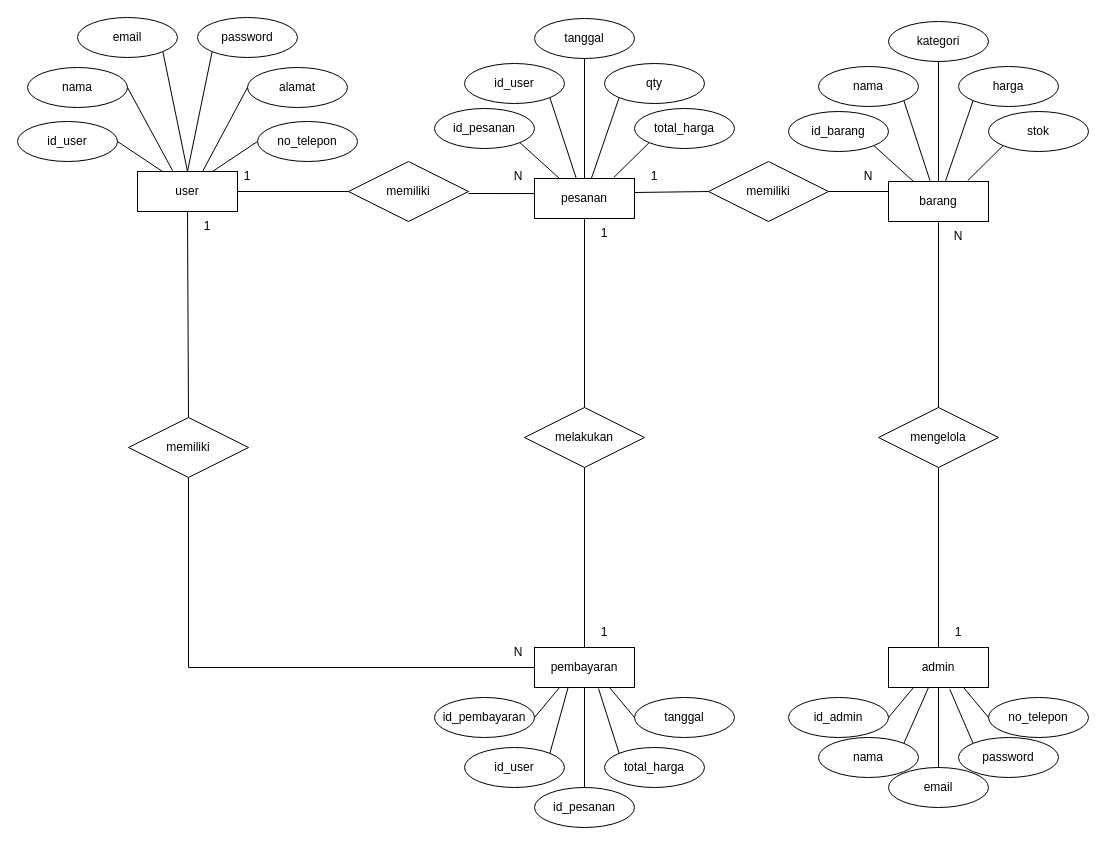
The draw.io diagram ERD-Ecommerce-Elektronik.drawio in zerocode0806/Flowchart-E-Comerce-Elektronik, before the edit. Source tidied: cells renumbered, new cells numbered last; positions are measured from the earlier drawing's top-left corner, leaving out a move shared by most shapes. Both pictures are drawn from the tidied source at 100%, with x=0, y=0 at pixel (17, 17).
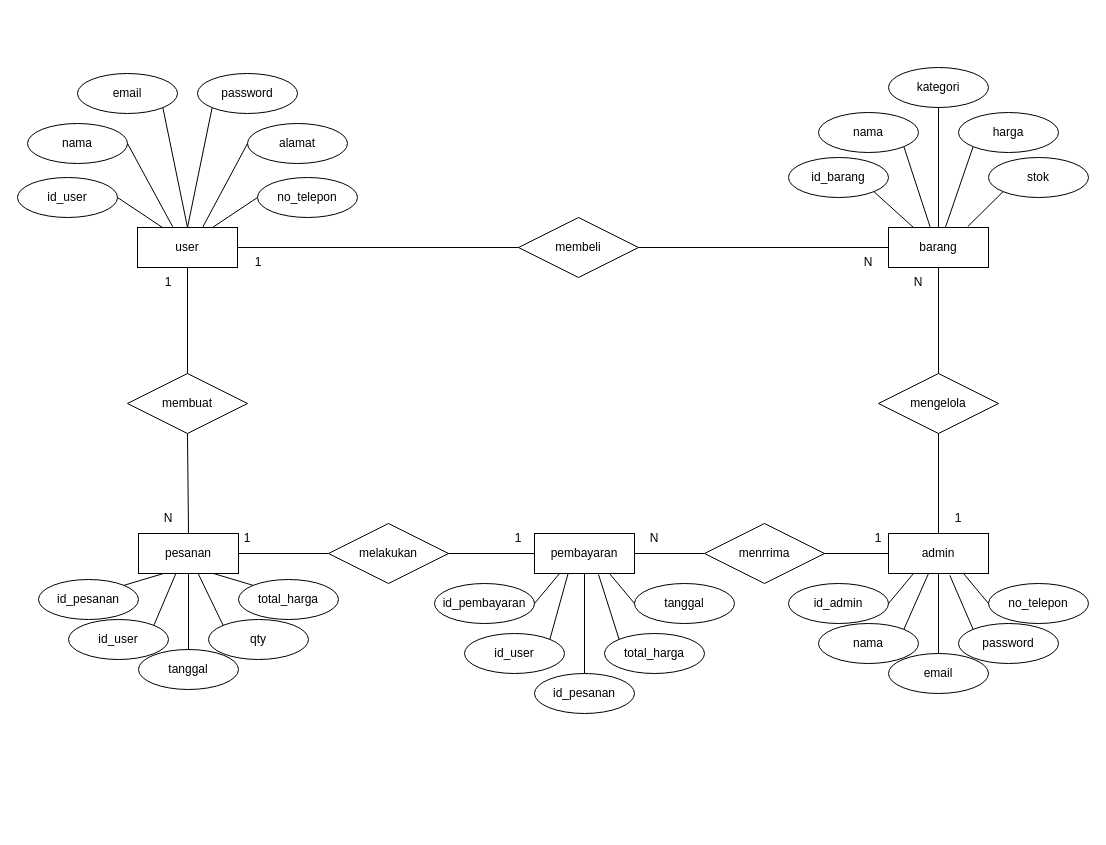
After the change.

Diff of the diagram source:
```diff
@@
     <mxCell id="2" value="user" style="whiteSpace=wrap;html=1;align=center;" parent="1" vertex="1">
-      <mxGeometry x="120" y="154" width="100" height="40" as="geometry" />
+      <mxGeometry x="120" y="210" width="100" height="40" as="geometry" />
     </mxCell>
     <mxCell id="3" value="id_user" style="ellipse;whiteSpace=wrap;html=1;align=center;" parent="1" vertex="1">
-      <mxGeometry y="104" width="100" height="40" as="geometry" />
+      <mxGeometry y="160" width="100" height="40" as="geometry" />
     </mxCell>
     <mxCell id="4" value="nama" style="ellipse;whiteSpace=wrap;html=1;align=center;" parent="1" vertex="1">
-      <mxGeometry x="10" y="50" width="100" height="40" as="geometry" />
+      <mxGeometry x="10" y="106" width="100" height="40" as="geometry" />
     </mxCell>
     <mxCell id="5" value="no_telepon" style="ellipse;whiteSpace=wrap;html=1;align=center;" parent="1" vertex="1">
-      <mxGeometry x="240" y="104" width="100" height="40" as="geometry" />
+      <mxGeometry x="240" y="160" width="100" height="40" as="geometry" />
     </mxCell>
     <mxCell id="6" value="email" style="ellipse;whiteSpace=wrap;html=1;align=center;" parent="1" vertex="1">
-      <mxGeometry x="60" width="100" height="40" as="geometry" />
+      <mxGeometry x="60" y="56" width="100" height="40" as="geometry" />
     </mxCell>
     <mxCell id="7" value="alamat" style="ellipse;whiteSpace=wrap;html=1;align=center;" parent="1" vertex="1">
-      <mxGeometry x="230" y="50" width="100" height="40" as="geometry" />
+      <mxGeometry x="230" y="106" width="100" height="40" as="geometry" />
     </mxCell>
     <mxCell id="8" value="pembayaran" style="whiteSpace=wrap;html=1;align=center;" parent="1" vertex="1">
-      <mxGeometry x="517" y="630" width="100" height="40" as="geometry" />
+      <mxGeometry x="517" y="516" width="100" height="40" as="geometry" />
     </mxCell>
     <mxCell id="9" value="id_pembayaran" style="ellipse;whiteSpace=wrap;html=1;align=center;" parent="1" vertex="1">
-      <mxGeometry x="417" y="680" width="100" height="40" as="geometry" />
+      <mxGeometry x="417" y="566" width="100" height="40" as="geometry" />
     </mxCell>
     <mxCell id="10" value="id_user" style="ellipse;whiteSpace=wrap;html=1;align=center;" parent="1" vertex="1">
-      <mxGeometry x="447" y="730" width="100" height="40" as="geometry" />
+      <mxGeometry x="447" y="616" width="100" height="40" as="geometry" />
     </mxCell>
     <mxCell id="11" value="tanggal" style="ellipse;whiteSpace=wrap;html=1;align=center;" parent="1" vertex="1">
-      <mxGeometry x="617" y="680" width="100" height="40" as="geometry" />
+      <mxGeometry x="617" y="566" width="100" height="40" as="geometry" />
     </mxCell>
     <mxCell id="12" value="id_pesanan" style="ellipse;whiteSpace=wrap;html=1;align=center;" parent="1" vertex="1">
-      <mxGeometry x="517" y="770" width="100" height="40" as="geometry" />
+      <mxGeometry x="517" y="656" width="100" height="40" as="geometry" />
     </mxCell>
     <mxCell id="13" value="total_harga" style="ellipse;whiteSpace=wrap;html=1;align=center;" parent="1" vertex="1">
-      <mxGeometry x="587" y="730" width="100" height="40" as="geometry" />
+      <mxGeometry x="587" y="616" width="100" height="40" as="geometry" />
     </mxCell>
     <mxCell id="14" value="pesanan" style="whiteSpace=wrap;html=1;align=center;" parent="1" vertex="1">
-      <mxGeometry x="517" y="161" width="100" height="40" as="geometry" />
+      <mxGeometry x="121" y="516" width="100" height="40" as="geometry" />
     </mxCell>
     <mxCell id="15" value="id_pesanan" style="ellipse;whiteSpace=wrap;html=1;align=center;" parent="1" vertex="1">
-      <mxGeometry x="417" y="91" width="100" height="40" as="geometry" />
+      <mxGeometry x="21" y="562" width="100" height="40" as="geometry" />
     </mxCell>
     <mxCell id="16" value="id_user" style="ellipse;whiteSpace=wrap;html=1;align=center;" parent="1" vertex="1">
-      <mxGeometry x="447" y="46" width="100" height="40" as="geometry" />
+      <mxGeometry x="51" y="602" width="100" height="40" as="geometry" />
     </mxCell>
     <mxCell id="17" value="total_harga" style="ellipse;whiteSpace=wrap;html=1;align=center;" parent="1" vertex="1">
-      <mxGeometry x="617" y="91" width="100" height="40" as="geometry" />
+      <mxGeometry x="221" y="562" width="100" height="40" as="geometry" />
     </mxCell>
     <mxCell id="18" value="tanggal" style="ellipse;whiteSpace=wrap;html=1;align=center;" parent="1" vertex="1">
-      <mxGeometry x="517" y="1" width="100" height="40" as="geometry" />
+      <mxGeometry x="121" y="632" width="100" height="40" as="geometry" />
     </mxCell>
     <mxCell id="19" value="qty" style="ellipse;whiteSpace=wrap;html=1;align=center;" parent="1" vertex="1">
-      <mxGeometry x="587" y="46" width="100" height="40" as="geometry" />
+      <mxGeometry x="191" y="602" width="100" height="40" as="geometry" />
     </mxCell>
-    <mxCell id="20" style="endArrow=none;html=1;rounded=0;exitX=0.5;exitY=1;exitDx=0;exitDy=0;entryX=0.5;entryY=0;entryDx=0;entryDy=0;" parent="1" edge="1" source="18" target="14">
+    <mxCell id="20" style="endArrow=none;html=1;rounded=0;exitX=0.5;exitY=0;exitDx=0;exitDy=0;entryX=0.5;entryY=1;entryDx=0;entryDy=0;" parent="1" edge="1" source="18" target="14">
       <mxGeometry relative="1" as="geometry" />
     </mxCell>
-    <mxCell id="21" style="endArrow=none;html=1;rounded=0;exitX=0;exitY=1;exitDx=0;exitDy=0;" parent="1" edge="1" source="19" target="14">
+    <mxCell id="21" style="endArrow=none;html=1;rounded=0;exitX=0;exitY=0;exitDx=0;exitDy=0;" parent="1" edge="1" source="19" target="14">
       <mxGeometry relative="1" as="geometry" />
     </mxCell>
-    <mxCell id="22" style="endArrow=none;html=1;rounded=0;exitX=1;exitY=1;exitDx=0;exitDy=0;entryX=0.416;entryY=-0.015;entryDx=0;entryDy=0;entryPerimeter=0;" parent="1" edge="1" source="16" target="14">
+    <mxCell id="22" style="endArrow=none;html=1;rounded=0;exitX=1;exitY=0;exitDx=0;exitDy=0;entryX=0.375;entryY=0.992;entryDx=0;entryDy=0;entryPerimeter=0;" parent="1" edge="1" source="16" target="14">
       <mxGeometry relative="1" as="geometry" />
     </mxCell>
-    <mxCell id="23" style="endArrow=none;html=1;rounded=0;exitX=0;exitY=1;exitDx=0;exitDy=0;entryX=0.793;entryY=-0.025;entryDx=0;entryDy=0;entryPerimeter=0;" parent="1" edge="1" source="17" target="14">
+    <mxCell id="23" style="endArrow=none;html=1;rounded=0;exitX=0;exitY=0;exitDx=0;exitDy=0;entryX=0.75;entryY=1;entryDx=0;entryDy=0;" parent="1" edge="1" source="17" target="14">
       <mxGeometry relative="1" as="geometry" />
     </mxCell>
-    <mxCell id="24" style="endArrow=none;html=1;rounded=0;exitX=1;exitY=1;exitDx=0;exitDy=0;entryX=0.25;entryY=0;entryDx=0;entryDy=0;" parent="1" edge="1" source="15" target="14">
+    <mxCell id="24" style="endArrow=none;html=1;rounded=0;exitX=1;exitY=0;exitDx=0;exitDy=0;entryX=0.25;entryY=1;entryDx=0;entryDy=0;" parent="1" edge="1" source="15" target="14">
       <mxGeometry relative="1" as="geometry" />
     </mxCell>
     <mxCell id="25" value="password" style="ellipse;whiteSpace=wrap;html=1;align=center;" parent="1" vertex="1">
-      <mxGeometry x="180" width="100" height="40" as="geometry" />
+      <mxGeometry x="180" y="56" width="100" height="40" as="geometry" />
     </mxCell>
@@
-    <mxCell id="32" value="memiliki" style="shape=rhombus;perimeter=rhombusPerimeter;whiteSpace=wrap;html=1;align=center;" parent="1" vertex="1">
-      <mxGeometry x="331" y="144" width="120" height="60" as="geometry" />
+    <mxCell id="32" value="membeli" style="shape=rhombus;perimeter=rhombusPerimeter;whiteSpace=wrap;html=1;align=center;" parent="1" vertex="1">
+      <mxGeometry x="501" y="200" width="120" height="60" as="geometry" />
     </mxCell>
-    <mxCell id="33" style="endArrow=none;html=1;rounded=0;exitX=1;exitY=0.5;exitDx=0;exitDy=0;entryX=0;entryY=0.5;entryDx=0;entryDy=0;" parent="1" edge="1" source="2" target="32">
-      <mxGeometry relative="1" as="geometry" />
-    </mxCell>
-    <mxCell id="34" style="endArrow=none;html=1;rounded=0;entryX=0.002;entryY=0.377;entryDx=0;entryDy=0;entryPerimeter=0;" parent="1" edge="1" target="14">
-      <mxGeometry relative="1" as="geometry">
-        <mxPoint x="451" y="176" as="sourcePoint" />
-      </mxGeometry>
-    </mxCell>
@@
     <mxCell id="40" value="melakukan" style="shape=rhombus;perimeter=rhombusPerimeter;whiteSpace=wrap;html=1;align=center;" parent="1" vertex="1">
-      <mxGeometry x="507" y="390" width="120" height="60" as="geometry" />
+      <mxGeometry x="311" y="506" width="120" height="60" as="geometry" />
     </mxCell>
-    <mxCell id="41" style="endArrow=none;html=1;rounded=0;exitX=0.5;exitY=1;exitDx=0;exitDy=0;entryX=0.5;entryY=0;entryDx=0;entryDy=0;" parent="1" edge="1" source="14" target="40">
-      <mxGeometry relative="1" as="geometry" />
-    </mxCell>
-    <mxCell id="42" style="endArrow=none;html=1;rounded=0;exitX=0.5;exitY=1;exitDx=0;exitDy=0;entryX=0.5;entryY=0;entryDx=0;entryDy=0;" parent="1" edge="1" source="40" target="8">
-      <mxGeometry relative="1" as="geometry" />
-    </mxCell>
     <mxCell id="43" value="barang" style="whiteSpace=wrap;html=1;align=center;" parent="1" vertex="1">
-      <mxGeometry x="871" y="164" width="100" height="40" as="geometry" />
+      <mxGeometry x="871" y="210" width="100" height="40" as="geometry" />
     </mxCell>
     <mxCell id="44" value="id_barang" style="ellipse;whiteSpace=wrap;html=1;align=center;" parent="1" vertex="1">
-      <mxGeometry x="771" y="94" width="100" height="40" as="geometry" />
+      <mxGeometry x="771" y="140" width="100" height="40" as="geometry" />
     </mxCell>
     <mxCell id="45" value="nama" style="ellipse;whiteSpace=wrap;html=1;align=center;" parent="1" vertex="1">
-      <mxGeometry x="801" y="49" width="100" height="40" as="geometry" />
+      <mxGeometry x="801" y="95" width="100" height="40" as="geometry" />
     </mxCell>
     <mxCell id="46" value="stok" style="ellipse;whiteSpace=wrap;html=1;align=center;" parent="1" vertex="1">
-      <mxGeometry x="971" y="94" width="100" height="40" as="geometry" />
+      <mxGeometry x="971" y="140" width="100" height="40" as="geometry" />
     </mxCell>
     <mxCell id="47" value="kategori" style="ellipse;whiteSpace=wrap;html=1;align=center;" parent="1" vertex="1">
-      <mxGeometry x="871" y="4" width="100" height="40" as="geometry" />
+      <mxGeometry x="871" y="50" width="100" height="40" as="geometry" />
     </mxCell>
     <mxCell id="48" value="harga" style="ellipse;whiteSpace=wrap;html=1;align=center;" parent="1" vertex="1">
-      <mxGeometry x="941" y="49" width="100" height="40" as="geometry" />
+      <mxGeometry x="941" y="95" width="100" height="40" as="geometry" />
     </mxCell>
@@
-    <mxCell id="54" value="memiliki" style="shape=rhombus;perimeter=rhombusPerimeter;whiteSpace=wrap;html=1;align=center;" parent="1" vertex="1">
-      <mxGeometry x="691" y="144" width="120" height="60" as="geometry" />
-    </mxCell>
-    <mxCell id="55" style="endArrow=none;html=1;rounded=0;entryX=0;entryY=0.5;entryDx=0;entryDy=0;exitX=1;exitY=0.35;exitDx=0;exitDy=0;exitPerimeter=0;" parent="1" edge="1" source="14" target="54">
-      <mxGeometry relative="1" as="geometry" />
-    </mxCell>
-    <mxCell id="56" style="endArrow=none;html=1;rounded=0;entryX=0;entryY=0.25;entryDx=0;entryDy=0;exitX=1;exitY=0.5;exitDx=0;exitDy=0;" parent="1" edge="1" source="54" target="43">
-      <mxGeometry relative="1" as="geometry" />
-    </mxCell>
     <mxCell id="57" value="mengelola" style="shape=rhombus;perimeter=rhombusPerimeter;whiteSpace=wrap;html=1;align=center;" parent="1" vertex="1">
-      <mxGeometry x="861" y="390" width="120" height="60" as="geometry" />
+      <mxGeometry x="861" y="356" width="120" height="60" as="geometry" />
     </mxCell>
     <mxCell id="58" value="admin" style="whiteSpace=wrap;html=1;align=center;" parent="1" vertex="1">
-      <mxGeometry x="871" y="630" width="100" height="40" as="geometry" />
+      <mxGeometry x="871" y="516" width="100" height="40" as="geometry" />
     </mxCell>
     <mxCell id="59" value="id_admin" style="ellipse;whiteSpace=wrap;html=1;align=center;" parent="1" vertex="1">
-      <mxGeometry x="771" y="680" width="100" height="40" as="geometry" />
+      <mxGeometry x="771" y="566" width="100" height="40" as="geometry" />
     </mxCell>
     <mxCell id="60" value="nama" style="ellipse;whiteSpace=wrap;html=1;align=center;" parent="1" vertex="1">
-      <mxGeometry x="801" y="720" width="100" height="40" as="geometry" />
+      <mxGeometry x="801" y="606" width="100" height="40" as="geometry" />
     </mxCell>
     <mxCell id="61" value="no_telepon" style="ellipse;whiteSpace=wrap;html=1;align=center;" parent="1" vertex="1">
-      <mxGeometry x="971" y="680" width="100" height="40" as="geometry" />
+      <mxGeometry x="971" y="566" width="100" height="40" as="geometry" />
     </mxCell>
     <mxCell id="62" value="email" style="ellipse;whiteSpace=wrap;html=1;align=center;" parent="1" vertex="1">
-      <mxGeometry x="871" y="750" width="100" height="40" as="geometry" />
+      <mxGeometry x="871" y="636" width="100" height="40" as="geometry" />
     </mxCell>
     <mxCell id="63" value="password" style="ellipse;whiteSpace=wrap;html=1;align=center;" parent="1" vertex="1">
-      <mxGeometry x="941" y="720" width="100" height="40" as="geometry" />
+      <mxGeometry x="941" y="606" width="100" height="40" as="geometry" />
     </mxCell>
@@
-    <mxCell id="69" style="endArrow=none;html=1;rounded=0;entryX=0.5;entryY=1;entryDx=0;entryDy=0;exitX=0.5;exitY=0;exitDx=0;exitDy=0;" parent="1" edge="1" source="57" target="43">
-      <mxGeometry relative="1" as="geometry" />
-    </mxCell>
@@
-    <mxCell id="71" value="1" style="text;html=1;whiteSpace=wrap;strokeColor=none;fillColor=none;align=center;verticalAlign=middle;rounded=0;" parent="1" vertex="1">
-      <mxGeometry x="200" y="144" width="60" height="30" as="geometry" />
-    </mxCell>
-    <mxCell id="72" value="N" style="text;html=1;whiteSpace=wrap;strokeColor=none;fillColor=none;align=center;verticalAlign=middle;rounded=0;" parent="1" vertex="1">
-      <mxGeometry x="471" y="144" width="60" height="30" as="geometry" />
-    </mxCell>
-    <mxCell id="73" value="N" style="text;html=1;whiteSpace=wrap;strokeColor=none;fillColor=none;align=center;verticalAlign=middle;rounded=0;" parent="1" vertex="1">
-      <mxGeometry x="821" y="144" width="60" height="30" as="geometry" />
-    </mxCell>
-    <mxCell id="74" value="1" style="text;html=1;whiteSpace=wrap;strokeColor=none;fillColor=none;align=center;verticalAlign=middle;rounded=0;" parent="1" vertex="1">
-      <mxGeometry x="607" y="144" width="60" height="30" as="geometry" />
-    </mxCell>
     <mxCell id="75" value="1" style="text;html=1;whiteSpace=wrap;strokeColor=none;fillColor=none;align=center;verticalAlign=middle;rounded=0;" parent="1" vertex="1">
-      <mxGeometry x="911" y="600" width="60" height="30" as="geometry" />
+      <mxGeometry x="911" y="486" width="60" height="30" as="geometry" />
     </mxCell>
-    <mxCell id="76" value="N" style="text;html=1;whiteSpace=wrap;strokeColor=none;fillColor=none;align=center;verticalAlign=middle;rounded=0;" parent="1" vertex="1">
-      <mxGeometry x="911" y="204" width="60" height="30" as="geometry" />
-    </mxCell>
-    <mxCell id="77" value="1" style="text;html=1;whiteSpace=wrap;strokeColor=none;fillColor=none;align=center;verticalAlign=middle;rounded=0;" parent="1" vertex="1">
-      <mxGeometry x="557" y="201" width="60" height="30" as="geometry" />
-    </mxCell>
-    <mxCell id="78" value="1" style="text;html=1;whiteSpace=wrap;strokeColor=none;fillColor=none;align=center;verticalAlign=middle;rounded=0;" parent="1" vertex="1">
-      <mxGeometry x="557" y="600" width="60" height="30" as="geometry" />
-    </mxCell>
-    <mxCell id="79" value="memiliki" style="shape=rhombus;perimeter=rhombusPerimeter;whiteSpace=wrap;html=1;align=center;" parent="1" vertex="1">
-      <mxGeometry x="111" y="400" width="120" height="60" as="geometry" />
+    <mxCell id="79" value="membuat" style="shape=rhombus;perimeter=rhombusPerimeter;whiteSpace=wrap;html=1;align=center;" parent="1" vertex="1">
+      <mxGeometry x="110" y="356" width="120" height="60" as="geometry" />
     </mxCell>
@@
-    <mxCell id="81" style="endArrow=none;html=1;rounded=0;exitX=0.5;exitY=1;exitDx=0;exitDy=0;entryX=0;entryY=0.5;entryDx=0;entryDy=0;" parent="1" edge="1" source="79" target="8">
-      <mxGeometry relative="1" as="geometry">
-        <Array as="points">
-          <mxPoint x="171" y="650" />
-        </Array>
-      </mxGeometry>
-    </mxCell>
     <mxCell id="82" value="1" style="text;html=1;whiteSpace=wrap;strokeColor=none;fillColor=none;align=center;verticalAlign=middle;rounded=0;" parent="1" vertex="1">
-      <mxGeometry x="160" y="194" width="60" height="30" as="geometry" />
+      <mxGeometry x="121" y="250" width="60" height="30" as="geometry" />
     </mxCell>
-    <mxCell id="83" value="N" style="text;html=1;whiteSpace=wrap;strokeColor=none;fillColor=none;align=center;verticalAlign=middle;rounded=0;" parent="1" vertex="1">
-      <mxGeometry x="471" y="620" width="60" height="30" as="geometry" />
-    </mxCell>
+    <mxCell id="84" style="endArrow=none;html=1;rounded=0;exitX=1;exitY=0.5;exitDx=0;exitDy=0;entryX=0;entryY=0.5;entryDx=0;entryDy=0;" parent="1" edge="1" source="8" target="85">
+      <mxGeometry relative="1" as="geometry" />
+    </mxCell>
+    <mxCell id="85" value="menrrima" style="shape=rhombus;perimeter=rhombusPerimeter;whiteSpace=wrap;html=1;align=center;" parent="1" vertex="1">
+      <mxGeometry x="687" y="506" width="120" height="60" as="geometry" />
+    </mxCell>
+    <mxCell id="86" style="endArrow=none;html=1;rounded=0;exitX=1;exitY=0.5;exitDx=0;exitDy=0;entryX=0;entryY=0.5;entryDx=0;entryDy=0;" parent="1" edge="1" source="85" target="58">
+      <mxGeometry relative="1" as="geometry" />
+    </mxCell>
+    <mxCell id="87" value="1" style="text;html=1;whiteSpace=wrap;strokeColor=none;fillColor=none;align=center;verticalAlign=middle;rounded=0;" parent="1" vertex="1">
+      <mxGeometry x="831" y="506" width="60" height="30" as="geometry" />
+    </mxCell>
+    <mxCell id="88" value="N" style="text;html=1;whiteSpace=wrap;strokeColor=none;fillColor=none;align=center;verticalAlign=middle;rounded=0;" parent="1" vertex="1">
+      <mxGeometry x="607" y="506" width="60" height="30" as="geometry" />
+    </mxCell>
+    <mxCell id="89" style="endArrow=none;html=1;rounded=0;exitX=0.5;exitY=1;exitDx=0;exitDy=0;entryX=0.5;entryY=0;entryDx=0;entryDy=0;" parent="1" edge="1" source="79" target="14">
+      <mxGeometry relative="1" as="geometry" />
+    </mxCell>
+    <mxCell id="33" style="endArrow=none;html=1;rounded=0;exitX=1;exitY=0.5;exitDx=0;exitDy=0;entryX=0;entryY=0.5;entryDx=0;entryDy=0;" parent="1" edge="1" source="2" target="32">
+      <mxGeometry relative="1" as="geometry" />
+    </mxCell>
+    <mxCell id="90" style="endArrow=none;html=1;rounded=0;entryX=0;entryY=0.5;entryDx=0;entryDy=0;exitX=1;exitY=0.5;exitDx=0;exitDy=0;" parent="1" edge="1" source="32" target="43">
+      <mxGeometry relative="1" as="geometry" />
+    </mxCell>
+    <mxCell id="91" style="endArrow=none;html=1;rounded=0;exitX=0.5;exitY=1;exitDx=0;exitDy=0;entryX=0.5;entryY=0;entryDx=0;entryDy=0;" parent="1" edge="1" source="43" target="57">
+      <mxGeometry relative="1" as="geometry" />
+    </mxCell>
+    <mxCell id="41" style="endArrow=none;html=1;rounded=0;exitX=1;exitY=0.5;exitDx=0;exitDy=0;entryX=0;entryY=0.5;entryDx=0;entryDy=0;" parent="1" edge="1" source="14" target="40">
+      <mxGeometry relative="1" as="geometry" />
+    </mxCell>
+    <mxCell id="42" style="endArrow=none;html=1;rounded=0;exitX=1;exitY=0.5;exitDx=0;exitDy=0;" parent="1" edge="1" source="40" target="8">
+      <mxGeometry relative="1" as="geometry" />
+    </mxCell>
+    <mxCell id="92" value="N" style="text;html=1;whiteSpace=wrap;strokeColor=none;fillColor=none;align=center;verticalAlign=middle;rounded=0;" parent="1" vertex="1">
+      <mxGeometry x="121" y="486" width="60" height="30" as="geometry" />
+    </mxCell>
+    <mxCell id="93" value="1" style="text;html=1;whiteSpace=wrap;strokeColor=none;fillColor=none;align=center;verticalAlign=middle;rounded=0;" parent="1" vertex="1">
+      <mxGeometry x="200" y="506" width="60" height="30" as="geometry" />
+    </mxCell>
+    <mxCell id="94" value="1" style="text;html=1;whiteSpace=wrap;strokeColor=none;fillColor=none;align=center;verticalAlign=middle;rounded=0;" parent="1" vertex="1">
+      <mxGeometry x="471" y="506" width="60" height="30" as="geometry" />
+    </mxCell>
+    <mxCell id="95" value="1" style="text;html=1;whiteSpace=wrap;strokeColor=none;fillColor=none;align=center;verticalAlign=middle;rounded=0;" parent="1" vertex="1">
+      <mxGeometry x="211" y="230" width="60" height="30" as="geometry" />
+    </mxCell>
+    <mxCell id="96" value="N" style="text;html=1;whiteSpace=wrap;strokeColor=none;fillColor=none;align=center;verticalAlign=middle;rounded=0;" parent="1" vertex="1">
+      <mxGeometry x="821" y="230" width="60" height="30" as="geometry" />
+    </mxCell>
+    <mxCell id="97" value="N" style="text;html=1;whiteSpace=wrap;strokeColor=none;fillColor=none;align=center;verticalAlign=middle;rounded=0;" parent="1" vertex="1">
+      <mxGeometry x="871" y="250" width="60" height="30" as="geometry" />
+    </mxCell>
```
